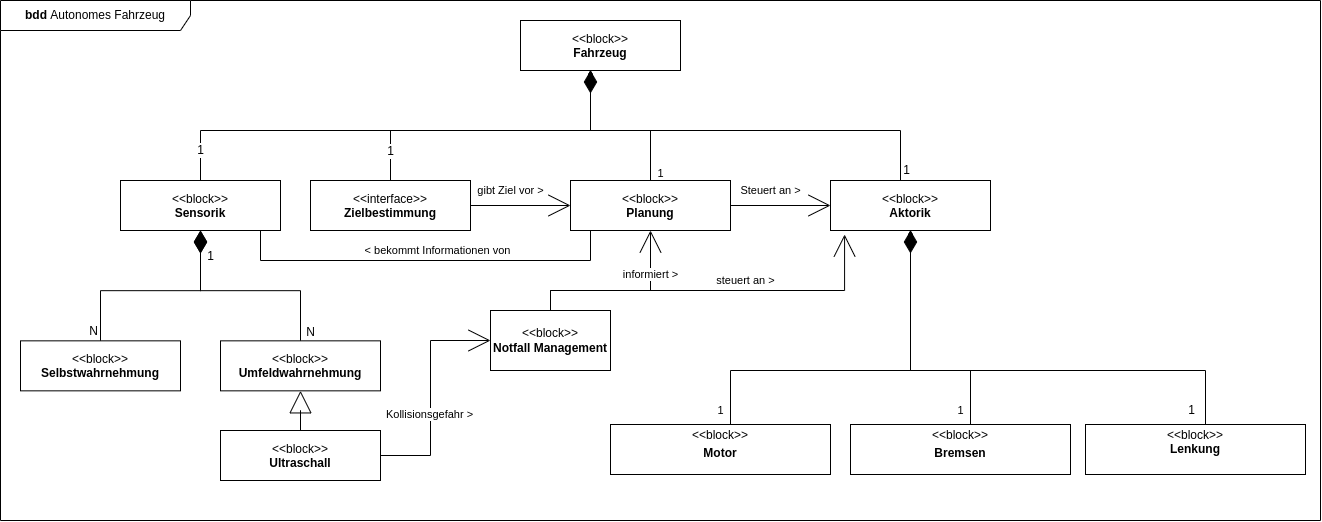
The draw.io diagram bdd.png in agrueneberg/sews2324, before a commit. Source tidied: cells renumbered, new cells last; positions are measured from the earlier drawing's top-left corner, leaving out a move shared by most shapes.
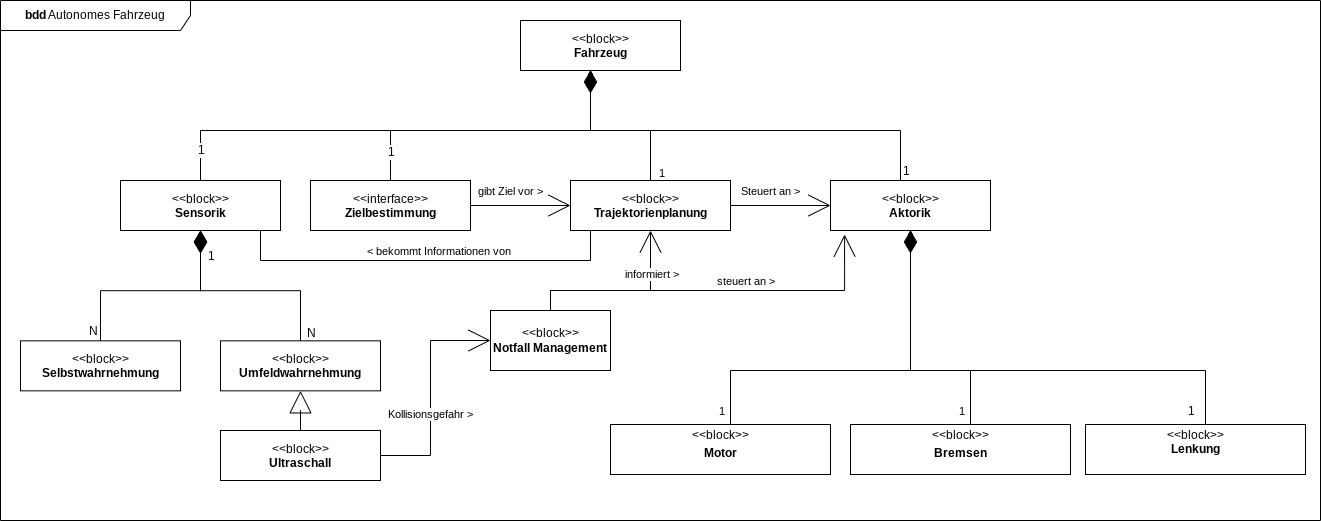
Later version of the same file.

Commit message:
bdd: Planung -> Trajektorienplanung (png vergessen)

Diff of the diagram source:
```diff
@@ -181,7 +181,7 @@
         <mxPoint y="-12" as="offset" />
       </mxGeometry>
     </mxCell>
-    <mxCell id="38" value="&lt;p&gt;&amp;lt;&amp;lt;block&amp;gt;&amp;gt;&lt;br&gt;&lt;b&gt;Planung&lt;/b&gt;&lt;/p&gt;" style="shape=rect;html=1;overflow=fill;whiteSpace=wrap;align=center;" parent="1" vertex="1">
+    <mxCell id="38" value="&lt;p&gt;&amp;lt;&amp;lt;block&amp;gt;&amp;gt;&lt;br&gt;&lt;b&gt;Trajektorienplanung&lt;/b&gt;&lt;/p&gt;" style="shape=rect;html=1;overflow=fill;whiteSpace=wrap;align=center;" parent="1" vertex="1">
       <mxGeometry x="570" y="180" width="160" height="50" as="geometry" />
     </mxCell>
     <mxCell id="39" style="edgeStyle=orthogonalEdgeStyle;rounded=0;jettySize=auto;html=1;endArrow=block;endFill=0;endSize=20;" parent="1" edge="1" source="42" target="33">
```
